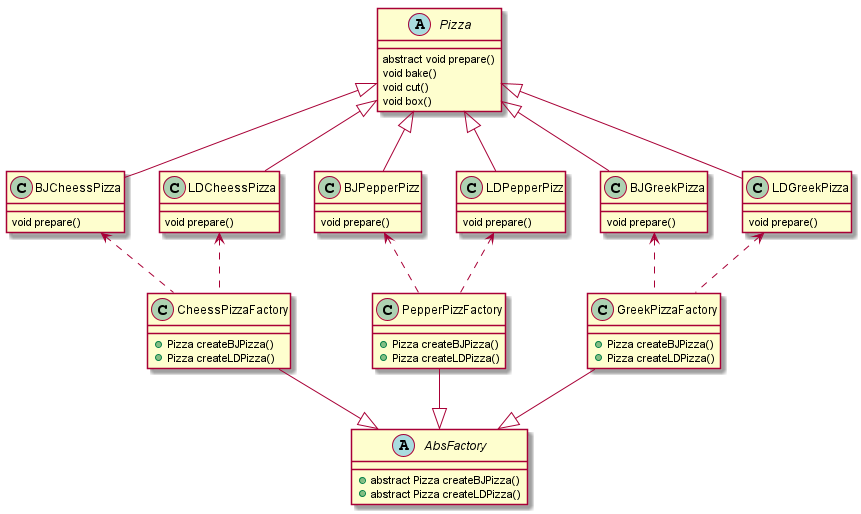
Before: docs/设计模式/工厂模式/img/抽象工厂模式.png, a diagram exported from PlantUML (en-hui/en-hui). The source it was exported from:
```plantuml
@startuml

abstract class Pizza{
    abstract void prepare()
    void bake()
    void cut()
    void box()
}
class BJCheessPizza{
    void prepare()
}
class BJPepperPizz{
    void prepare()
}
class BJGreekPizza{
    void prepare()
}
class LDCheessPizza{
    void prepare()
}
class LDPepperPizz{
    void prepare()
}
class LDGreekPizza{
    void prepare()
}
class CheessPizzaFactory{
    + Pizza createBJPizza()
    + Pizza createLDPizza()
}
class PepperPizzFactory{
    + Pizza createBJPizza()
    + Pizza createLDPizza()
}
class GreekPizzaFactory{
    + Pizza createBJPizza()
    + Pizza createLDPizza()
}
abstract class AbsFactory{
   + abstract Pizza createBJPizza()
   + abstract Pizza createLDPizza()
}
Pizza <|-- BJCheessPizza
Pizza <|-- BJPepperPizz
Pizza <|-- BJGreekPizza
Pizza <|-- LDCheessPizza
Pizza <|-- LDPepperPizz
Pizza <|-- LDGreekPizza
BJCheessPizza <.. CheessPizzaFactory
LDCheessPizza <.. CheessPizzaFactory
BJPepperPizz <.. PepperPizzFactory
LDPepperPizz <.. PepperPizzFactory
BJGreekPizza <.. GreekPizzaFactory
LDGreekPizza <.. GreekPizzaFactory

CheessPizzaFactory --|> AbsFactory
PepperPizzFactory --|> AbsFactory
GreekPizzaFactory --|> AbsFactory

@enduml
```
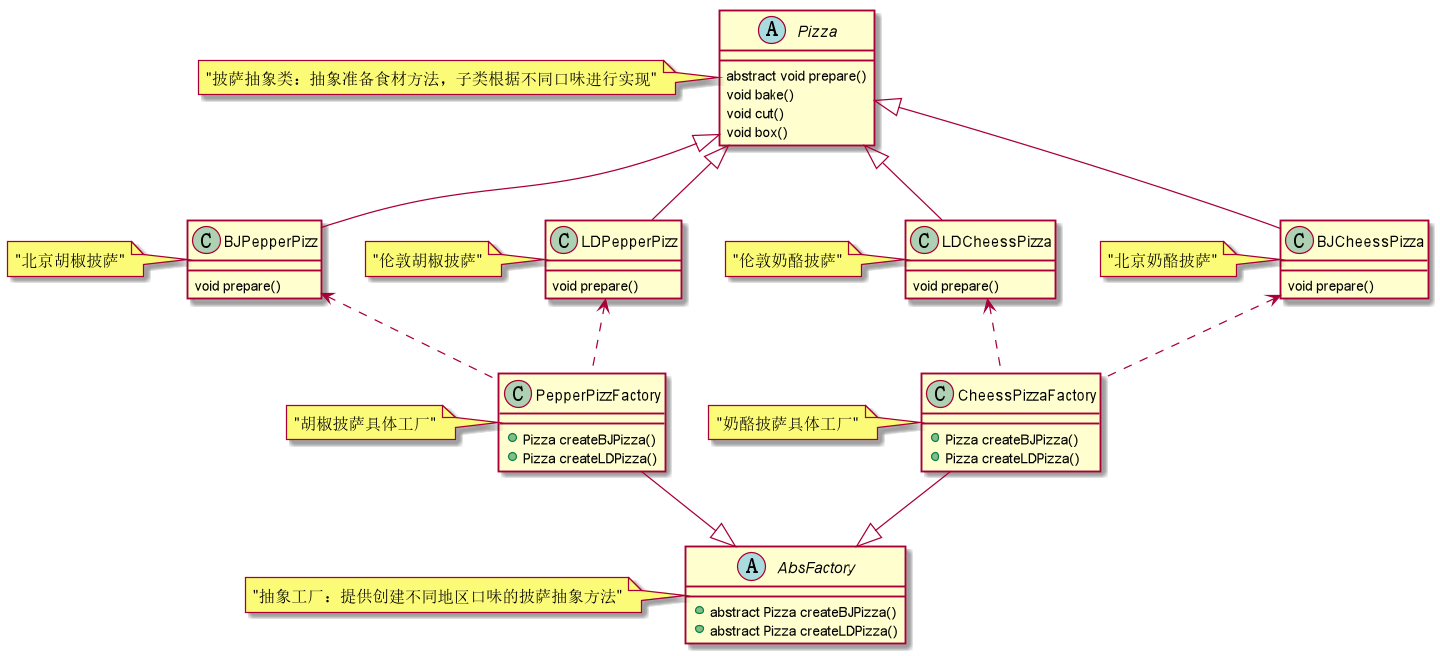
The same diagram one commit later.

Change to the diagram source:
```diff
@@ -12,18 +12,14 @@
 class BJPepperPizz{
     void prepare()
 }
-class BJGreekPizza{
-    void prepare()
-}
+
 class LDCheessPizza{
     void prepare()
 }
 class LDPepperPizz{
     void prepare()
 }
-class LDGreekPizza{
-    void prepare()
-}
+
 class CheessPizzaFactory{
     + Pizza createBJPizza()
     + Pizza createLDPizza()
@@ -32,29 +28,31 @@
     + Pizza createBJPizza()
     + Pizza createLDPizza()
 }
-class GreekPizzaFactory{
-    + Pizza createBJPizza()
-    + Pizza createLDPizza()
-}
+
 abstract class AbsFactory{
    + abstract Pizza createBJPizza()
    + abstract Pizza createLDPizza()
 }
 Pizza <|-- BJCheessPizza
 Pizza <|-- BJPepperPizz
-Pizza <|-- BJGreekPizza
 Pizza <|-- LDCheessPizza
 Pizza <|-- LDPepperPizz
-Pizza <|-- LDGreekPizza
+
 BJCheessPizza <.. CheessPizzaFactory
 LDCheessPizza <.. CheessPizzaFactory
 BJPepperPizz <.. PepperPizzFactory
 LDPepperPizz <.. PepperPizzFactory
-BJGreekPizza <.. GreekPizzaFactory
-LDGreekPizza <.. GreekPizzaFactory
+
 
 CheessPizzaFactory --|> AbsFactory
 PepperPizzFactory --|> AbsFactory
-GreekPizzaFactory --|> AbsFactory
 
+note left of Pizza : "披萨抽象类：抽象准备食材方法，子类根据不同口味进行实现"
+note left of BJCheessPizza : "北京奶酪披萨"
+note left of BJPepperPizz : "北京胡椒披萨"
+note left of LDCheessPizza : "伦敦奶酪披萨"
+note left of LDPepperPizz : "伦敦胡椒披萨"
+note left of AbsFactory : "抽象工厂：提供创建不同地区口味的披萨抽象方法"
+note left of CheessPizzaFactory : "奶酪披萨具体工厂"
+note left of PepperPizzFactory : "胡椒披萨具体工厂"
 @enduml
```
